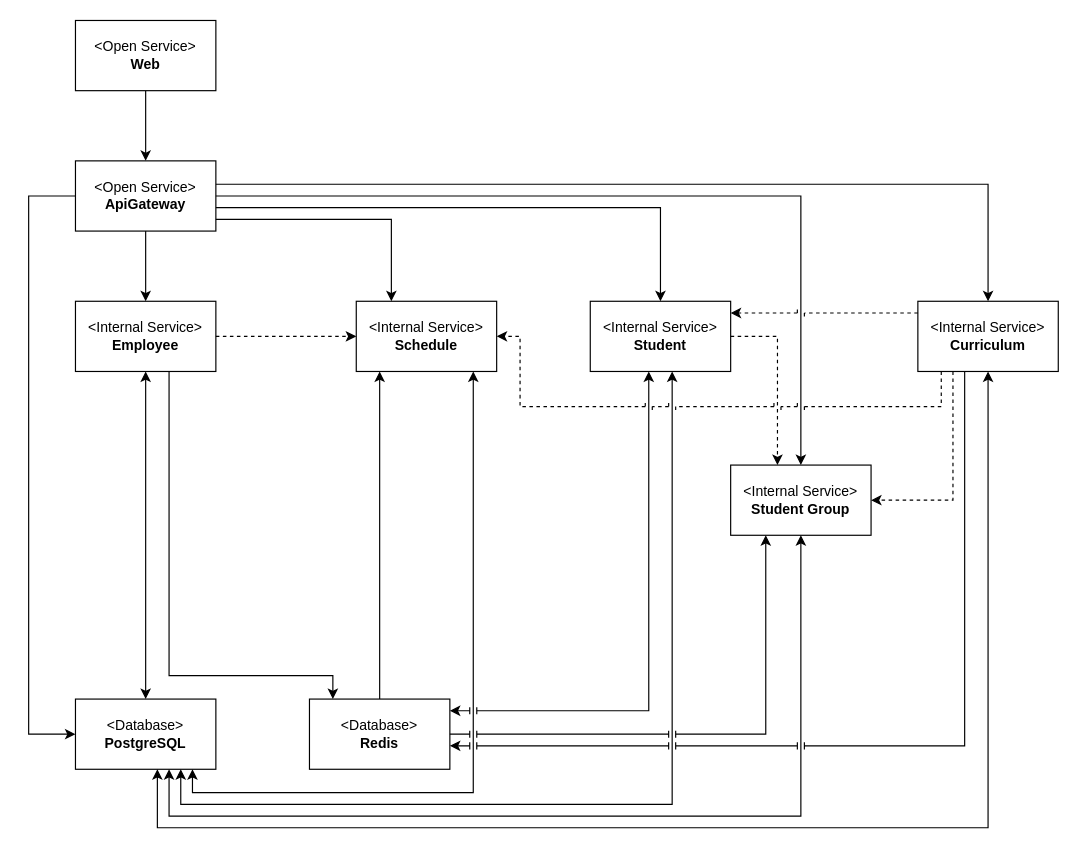
This is docs/architecture.drawio from IrusHunter/duckademic, a draw.io file, before an edit. Source tidied: cells renumbered, new cells numbered last; positions are measured from the earlier drawing's top-left corner, leaving out a move shared by most shapes. Both pictures are drawn from the tidied source at 117%, with x=0, y=0 at pixel (28, 20).
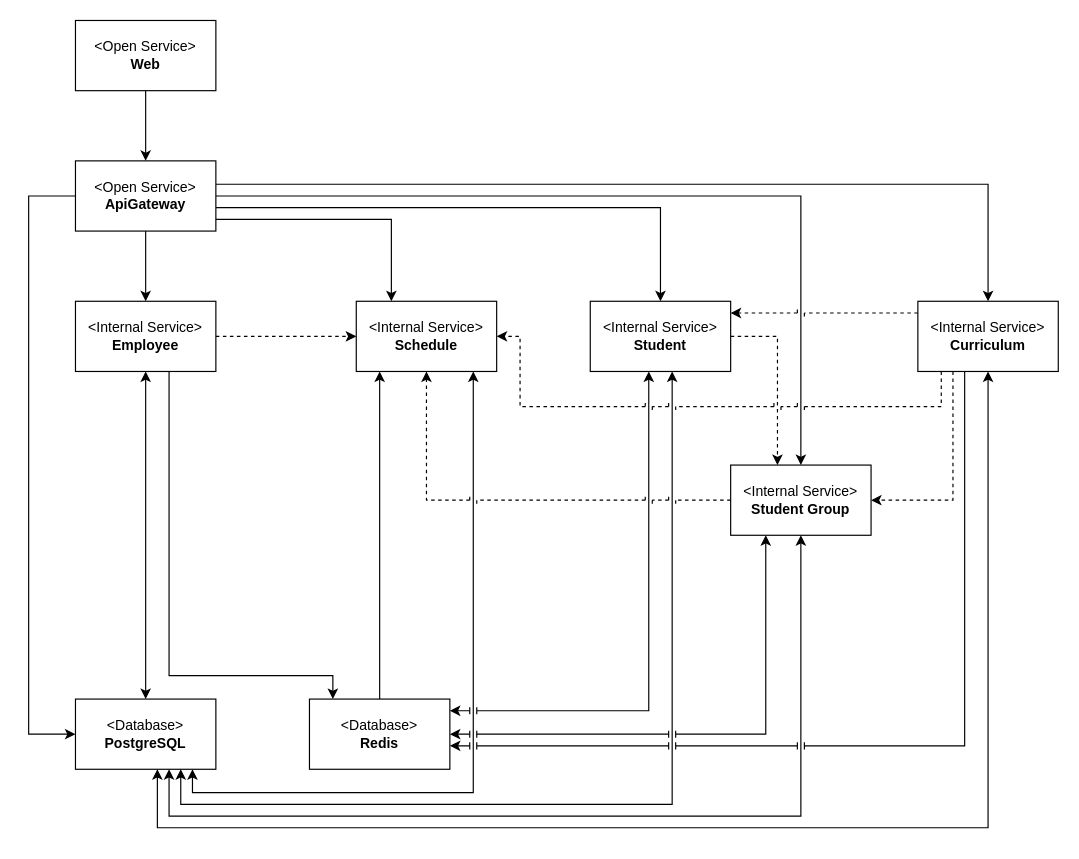
Above is the later version.

The change refers to these unchanged cells:
```xml
<mxCell id="11" value="&amp;lt;Internal Service&amp;gt;&lt;div&gt;&lt;b&gt;Schedule&lt;/b&gt;&lt;/div&gt;" style="html=1;whiteSpace=wrap;" parent="1" vertex="1">
  <mxGeometry x="280" y="240" width="120" height="60" as="geometry" />
</mxCell>
<mxCell id="12" value="&amp;lt;Database&amp;gt;&lt;div&gt;&lt;b&gt;Redis&lt;/b&gt;&lt;/div&gt;" style="html=1;whiteSpace=wrap;" parent="1" vertex="1">
  <mxGeometry x="240" y="580" width="120" height="60" as="geometry" />
</mxCell>
<mxCell id="21" value="&amp;lt;Internal Service&amp;gt;&lt;div&gt;&lt;b&gt;Student Group&lt;/b&gt;&lt;/div&gt;" style="html=1;whiteSpace=wrap;" parent="1" vertex="1">
  <mxGeometry x="600" y="380" width="120" height="60" as="geometry" />
</mxCell>
```

The edit, as a diff of the source:
```diff
@@
-    <mxCell id="26" style="edgeStyle=orthogonalEdgeStyle;html=1;rounded=0;curved=0;jumpStyle=line;" parent="1" edge="1" source="12" target="21">
+    <mxCell id="26" style="edgeStyle=orthogonalEdgeStyle;html=1;rounded=0;curved=0;jumpStyle=line;startArrow=classic;startFill=1;" parent="1" edge="1" source="12" target="21">
       <mxGeometry relative="1" as="geometry">
         <Array as="points">
           <mxPoint x="630" y="610" />
         </Array>
       </mxGeometry>
     </mxCell>
@@
+    <mxCell id="34" style="edgeStyle=orthogonalEdgeStyle;html=1;rounded=0;curved=0;dashed=1;jumpStyle=line;" parent="1" edge="1" source="21" target="11">
+      <mxGeometry relative="1" as="geometry" />
+    </mxCell>
```
